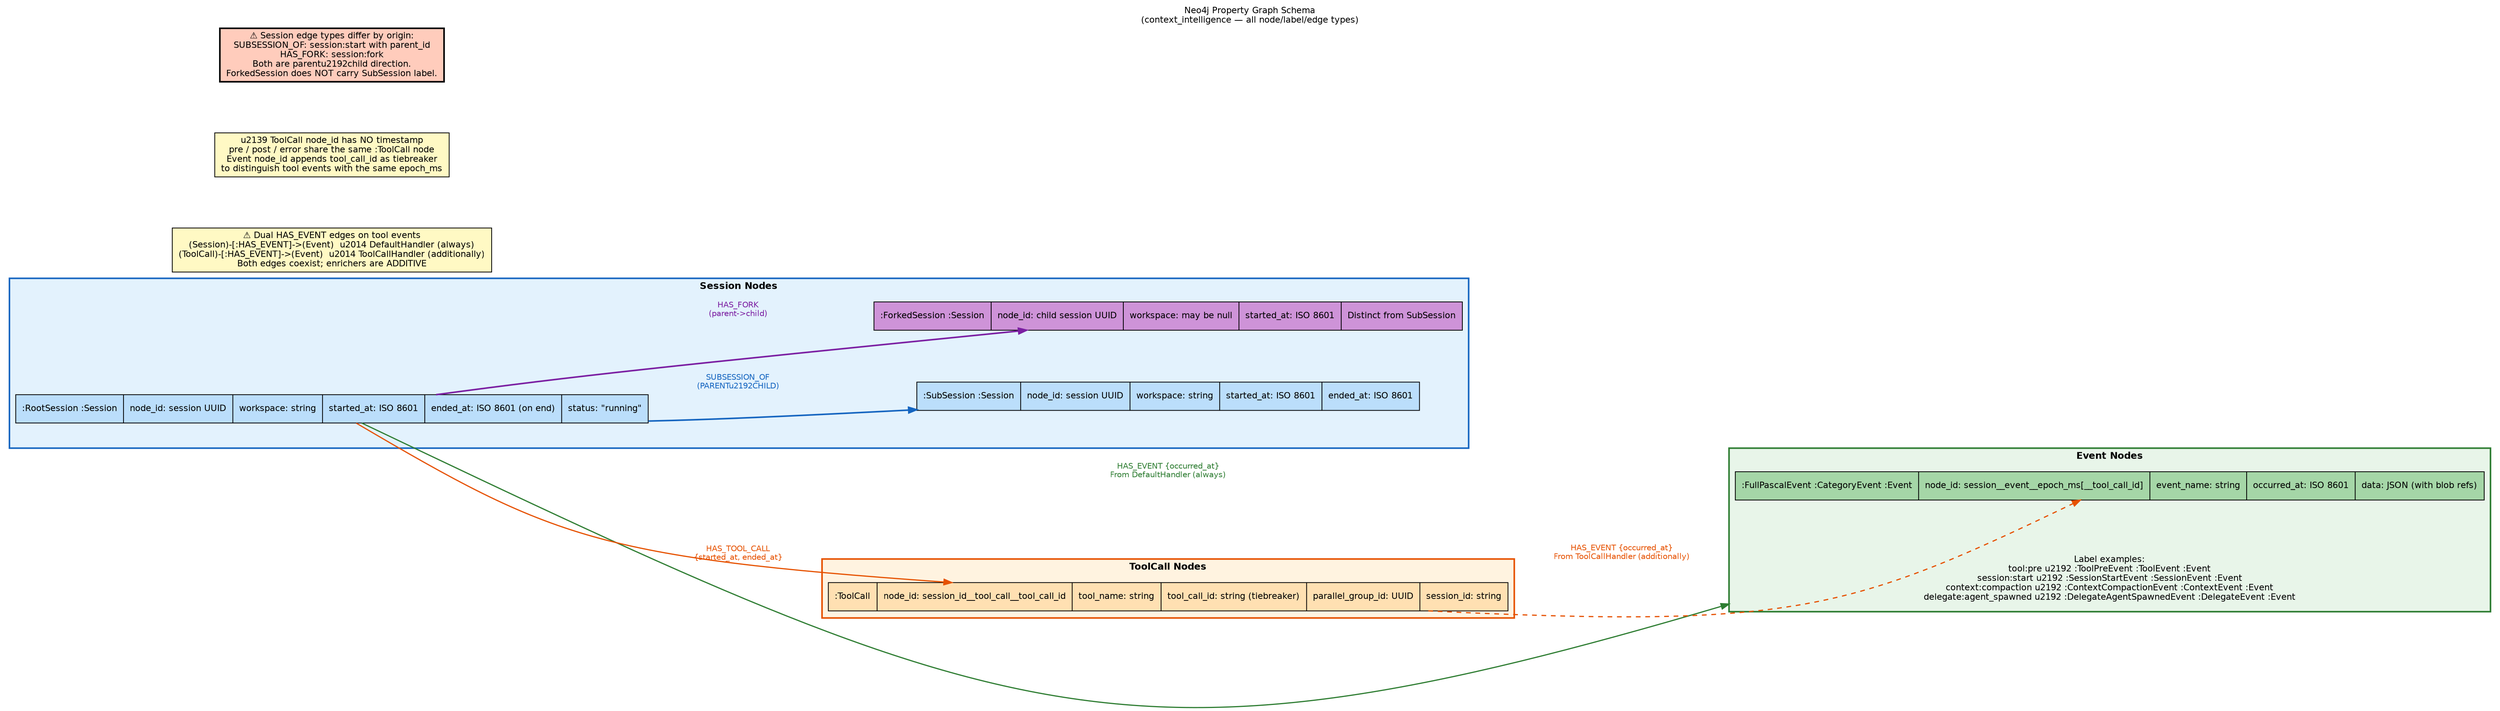
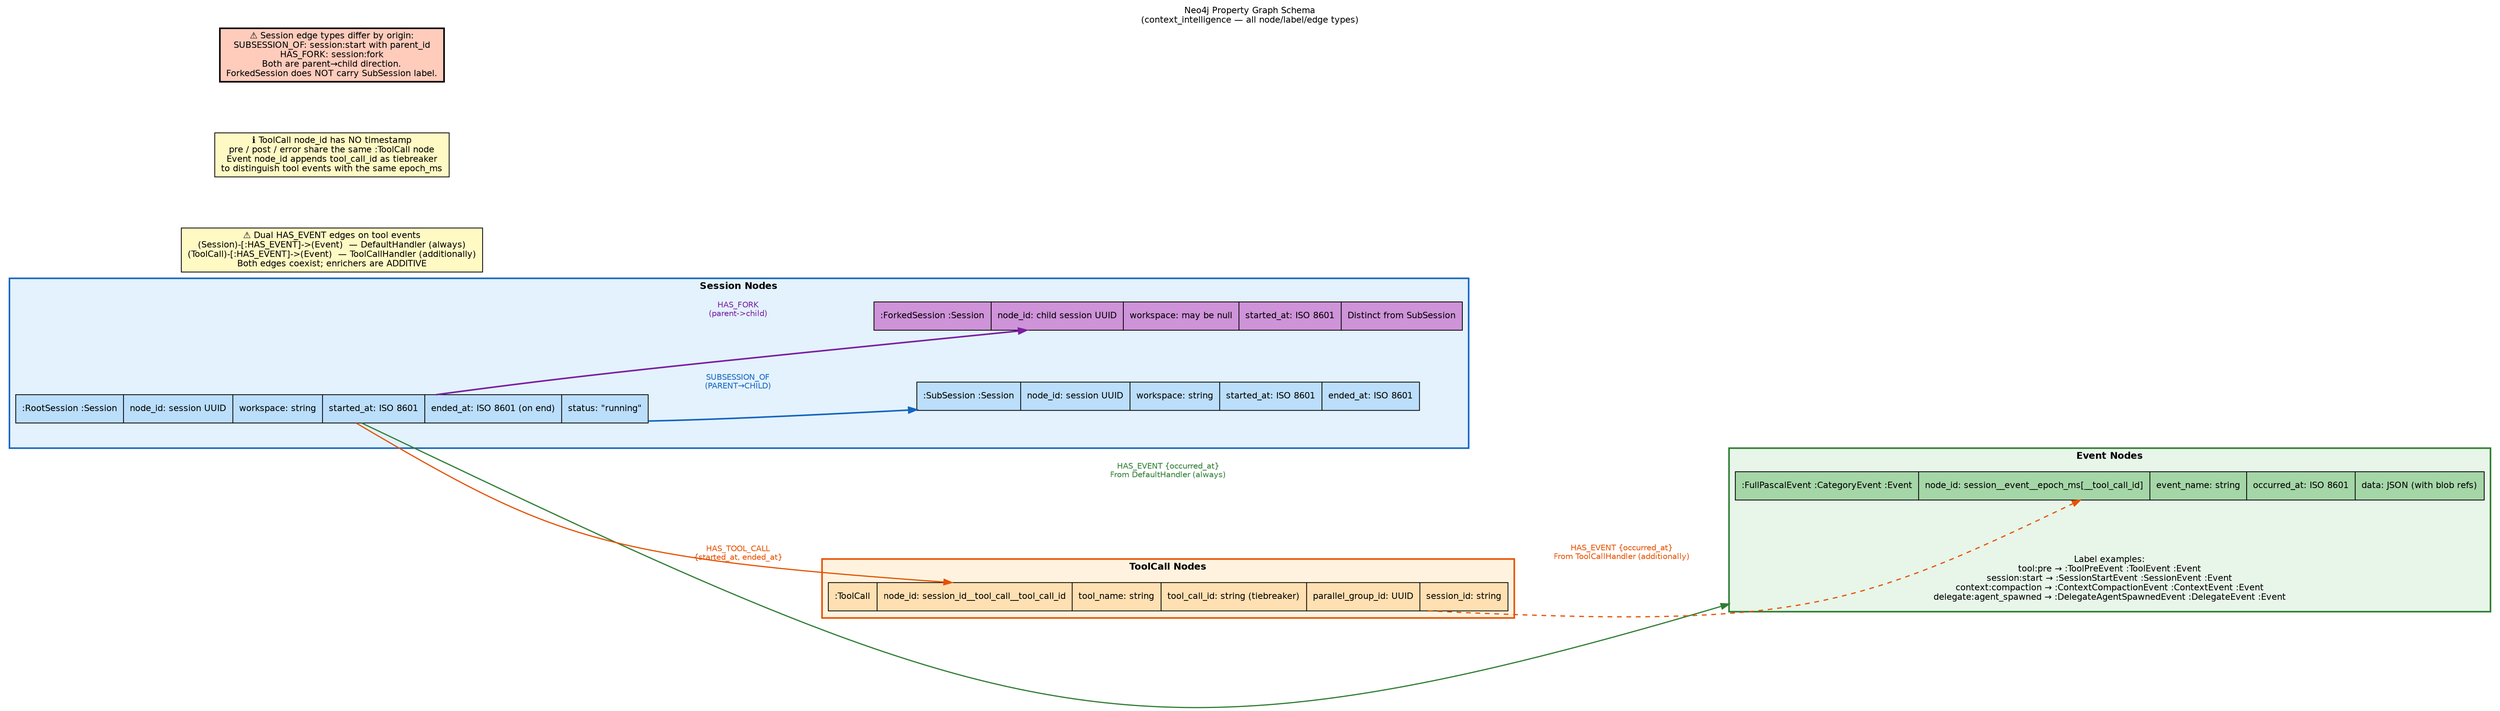
digraph graph_model {
    // ── Global defaults ───────────────────────────────────────────────────────
    graph [
        rankdir   = LR
        compound  = true
        splines   = curved
        nodesep   = 0.9
        ranksep   = 1.6
        fontname  = "Helvetica"
        fontsize  = 11
        label     = "Neo4j Property Graph Schema\n(context_intelligence — all node/label/edge types)"
        labelloc  = t
        labeljust = c
    ]
    node [
        fontname = "Helvetica"
        fontsize = 11
        style    = "filled,rounded"
        shape    = box
    ]
    edge [
        fontname = "Helvetica"
        fontsize = 10
    ]

    // ── Sessions cluster ──────────────────────────────────────────────────────
    subgraph cluster_sessions {
        graph [
            label     = "Session Nodes"
            fontname  = "Helvetica-Bold"
            fontsize  = 12
            style     = filled
            color     = "#1565C0"
            fillcolor = "#E3F2FD"
            penwidth  = 2
        ]

        RootSession [
            shape     = record
            style     = filled
            fillcolor = "#BBDEFB"
            label     = "{ :RootSession :Session | node_id: session UUID | workspace: string | started_at: ISO 8601 | ended_at: ISO 8601 (on end) | status: \"running\" }"
        ]

        SubSession [
            shape     = record
            style     = filled
            fillcolor = "#BBDEFB"
            label     = "{ :SubSession :Session | node_id: session UUID | workspace: string | started_at: ISO 8601 | ended_at: ISO 8601 }"
        ]

        ForkedSession [
            shape     = record
            style     = filled
            fillcolor = "#CE93D8"
            label     = "{ :ForkedSession :Session | node_id: child session UUID | workspace: may be null | started_at: ISO 8601 | Distinct from SubSession }"
        ]
    }

    // ── Events cluster ────────────────────────────────────────────────────────
    subgraph cluster_events {
        graph [
            label     = "Event Nodes"
            fontname  = "Helvetica-Bold"
            fontsize  = 12
            style     = filled
            color     = "#2E7D32"
            fillcolor = "#E8F5E9"
            penwidth  = 2
        ]

        EventNode [
            shape     = record
            style     = filled
            fillcolor = "#A5D6A7"
            label     = "{ :FullPascalEvent :CategoryEvent :Event | node_id: session__event__epoch_ms[__tool_call_id] | event_name: string | occurred_at: ISO 8601 | data: JSON (with blob refs) }"
        ]

        EventExamples [
            shape     = plaintext
            style     = ""
            fillcolor = "transparent"
-             label     = "Label examples:\ntool:pre \u2192 :ToolPreEvent :ToolEvent :Event\nsession:start \u2192 :SessionStartEvent :SessionEvent :Event\ncontext:compaction \u2192 :ContextCompactionEvent :ContextEvent :Event\ndelegate:agent_spawned \u2192 :DelegateAgentSpawnedEvent :DelegateEvent :Event"
+             label     = "Label examples:\ntool:pre → :ToolPreEvent :ToolEvent :Event\nsession:start → :SessionStartEvent :SessionEvent :Event\ncontext:compaction → :ContextCompactionEvent :ContextEvent :Event\ndelegate:agent_spawned → :DelegateAgentSpawnedEvent :DelegateEvent :Event"
        ]
    }

    // ── ToolCall cluster ──────────────────────────────────────────────────────
    subgraph cluster_toolcall {
        graph [
            label     = "ToolCall Nodes"
            fontname  = "Helvetica-Bold"
            fontsize  = 12
            style     = filled
            color     = "#E65100"
            fillcolor = "#FFF3E0"
            penwidth  = 2
        ]

        ToolCall [
            shape     = record
            style     = filled
            fillcolor = "#FFE0B2"
            label     = "{ :ToolCall | node_id: session_id__tool_call__tool_call_id | tool_name: string | tool_call_id: string (tiebreaker) | parallel_group_id: UUID | session_id: string }"
        ]
    }

    // ── Note nodes ────────────────────────────────────────────────────────────
    note_dual_edge [
        shape     = box
        style     = filled
        fillcolor = "#FFF9C4"
-         label     = "⚠ Dual HAS_EVENT edges on tool events\n(Session)-[:HAS_EVENT]->(Event)  \u2014 DefaultHandler (always)\n(ToolCall)-[:HAS_EVENT]->(Event)  \u2014 ToolCallHandler (additionally)\nBoth edges coexist; enrichers are ADDITIVE"
+         label     = "⚠ Dual HAS_EVENT edges on tool events\n(Session)-[:HAS_EVENT]->(Event)  — DefaultHandler (always)\n(ToolCall)-[:HAS_EVENT]->(Event)  — ToolCallHandler (additionally)\nBoth edges coexist; enrichers are ADDITIVE"
    ]

    note_tiebreaker [
        shape     = box
        style     = filled
        fillcolor = "#FFF9C4"
-         label     = "\u2139 ToolCall node_id has NO timestamp\npre / post / error share the same :ToolCall node\nEvent node_id appends tool_call_id as tiebreaker\nto distinguish tool events with the same epoch_ms"
+         label     = "ℹ ToolCall node_id has NO timestamp\npre / post / error share the same :ToolCall node\nEvent node_id appends tool_call_id as tiebreaker\nto distinguish tool events with the same epoch_ms"
    ]

    note_direction [
        shape     = box
        style     = filled
        fillcolor = "#FFCCBC"
        penwidth  = 2
-         label     = "⚠ Session edge types differ by origin:\nSUBSESSION_OF: session:start with parent_id\nHAS_FORK: session:fork\nBoth are parent\u2192child direction.\nForkedSession does NOT carry SubSession label."
+         label     = "⚠ Session edge types differ by origin:\nSUBSESSION_OF: session:start with parent_id\nHAS_FORK: session:fork\nBoth are parent→child direction.\nForkedSession does NOT carry SubSession label."
    ]

    // ── Edges ─────────────────────────────────────────────────────────────────
    RootSession -> SubSession [
-         label     = "SUBSESSION_OF\n(PARENT\u2192CHILD)"
+         label     = "SUBSESSION_OF\n(PARENT→CHILD)"
        color     = "#1565C0"
        fontcolor = "#1565C0"
        penwidth  = 2
    ]

    RootSession -> ForkedSession [
        label     = "HAS_FORK\n(parent->child)"
        color     = "#7B1FA2"
        fontcolor = "#7B1FA2"
        penwidth  = 2
    ]

    RootSession -> EventNode [
        label     = "HAS_EVENT {occurred_at}\nFrom DefaultHandler (always)"
        color     = "#2E7D32"
        fontcolor = "#2E7D32"
        penwidth  = 1.5
        lhead     = cluster_events
    ]

    RootSession -> ToolCall [
        label     = "HAS_TOOL_CALL\n{started_at, ended_at}"
        color     = "#E65100"
        fontcolor = "#E65100"
        penwidth  = 1.5
    ]

    ToolCall -> EventNode [
        label     = "HAS_EVENT {occurred_at}\nFrom ToolCallHandler (additionally)"
        color     = "#E65100"
        fontcolor = "#E65100"
        style     = dashed
        penwidth  = 1.5
    ]
}
